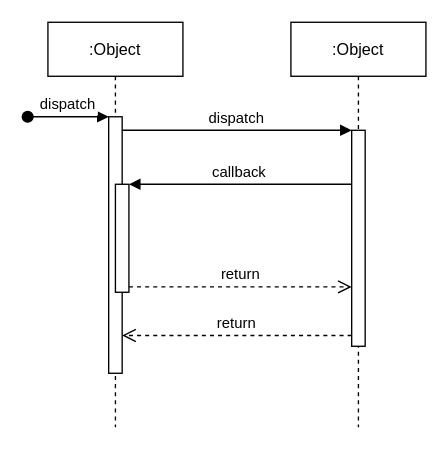
The draw.io diagram CEC 320/dataCollection.drawio in lordn54/Assignments-Projects, before the edit. Source tidied: cells renumbered, new cells numbered last; positions are measured from the earlier drawing's top-left corner, leaving out a move shared by most shapes. Both pictures are drawn from the tidied source at 135%, with x=0, y=0 at pixel (27, 22).
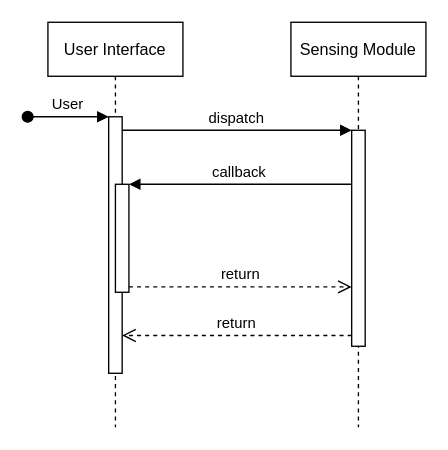
The same page after the edit.

The edit, as a diff of the source:
```diff
@@
 <mxGraphModel>
   <root>
     <mxCell id="0" />
     <mxCell id="1" parent="0" />
-    <mxCell id="2" value=":Object" style="shape=umlLifeline;perimeter=lifelinePerimeter;rounded=0;shadow=0;strokeWidth=1;" parent="1" vertex="1">
+    <mxCell id="2" value="User Interface" style="shape=umlLifeline;perimeter=lifelinePerimeter;rounded=0;shadow=0;strokeWidth=1;" parent="1" vertex="1">
       <mxGeometry x="15" width="100" height="300" as="geometry" />
     </mxCell>
     <mxCell id="3" style="points=[];perimeter=orthogonalPerimeter;rounded=0;shadow=0;strokeWidth=1;" parent="2" vertex="1">
       <mxGeometry x="45" y="70" width="10" height="190" as="geometry" />
     </mxCell>
-    <mxCell id="4" value="dispatch" style="verticalAlign=bottom;startArrow=oval;endArrow=block;startSize=8;shadow=0;strokeWidth=1;" parent="2" edge="1" target="3">
+    <mxCell id="4" value="User" style="verticalAlign=bottom;startArrow=oval;endArrow=block;startSize=8;shadow=0;strokeWidth=1;" parent="2" edge="1" target="3">
       <mxGeometry relative="1" as="geometry">
         <mxPoint x="-15" y="70" as="sourcePoint" />
       </mxGeometry>
     </mxCell>
     <mxCell id="5" style="points=[];perimeter=orthogonalPerimeter;rounded=0;shadow=0;strokeWidth=1;" parent="2" vertex="1">
       <mxGeometry x="50" y="120" width="10" height="80" as="geometry" />
     </mxCell>
-    <mxCell id="6" value=":Object" style="shape=umlLifeline;perimeter=lifelinePerimeter;rounded=0;shadow=0;strokeWidth=1;" parent="1" vertex="1">
+    <mxCell id="6" value="Sensing Module" style="shape=umlLifeline;perimeter=lifelinePerimeter;rounded=0;shadow=0;strokeWidth=1;" parent="1" vertex="1">
       <mxGeometry x="195" width="100" height="300" as="geometry" />
     </mxCell>
     <mxCell id="7" style="points=[];perimeter=orthogonalPerimeter;rounded=0;shadow=0;strokeWidth=1;" parent="6" vertex="1">
       <mxGeometry x="45" y="80" width="10" height="160" as="geometry" />
     </mxCell>
     <mxCell id="8" value="return" style="verticalAlign=bottom;endArrow=open;dashed=1;endSize=8;exitX=0;exitY=0.95;shadow=0;strokeWidth=1;" parent="1" edge="1" source="7" target="3">
       <mxGeometry relative="1" as="geometry" />
     </mxCell>
     <mxCell id="9" value="dispatch" style="verticalAlign=bottom;endArrow=block;entryX=0;entryY=0;shadow=0;strokeWidth=1;" parent="1" edge="1" source="3" target="7">
       <mxGeometry relative="1" as="geometry" />
     </mxCell>
     <mxCell id="10" value="callback" style="verticalAlign=bottom;endArrow=block;entryX=1;entryY=0;shadow=0;strokeWidth=1;" parent="1" edge="1" source="7" target="5">
       <mxGeometry relative="1" as="geometry" />
     </mxCell>
     <mxCell id="11" value="return" style="verticalAlign=bottom;endArrow=open;dashed=1;endSize=8;exitX=1;exitY=0.95;shadow=0;strokeWidth=1;" parent="1" edge="1" source="5" target="7">
       <mxGeometry relative="1" as="geometry" />
     </mxCell>
   </root>
 </mxGraphModel>
```
